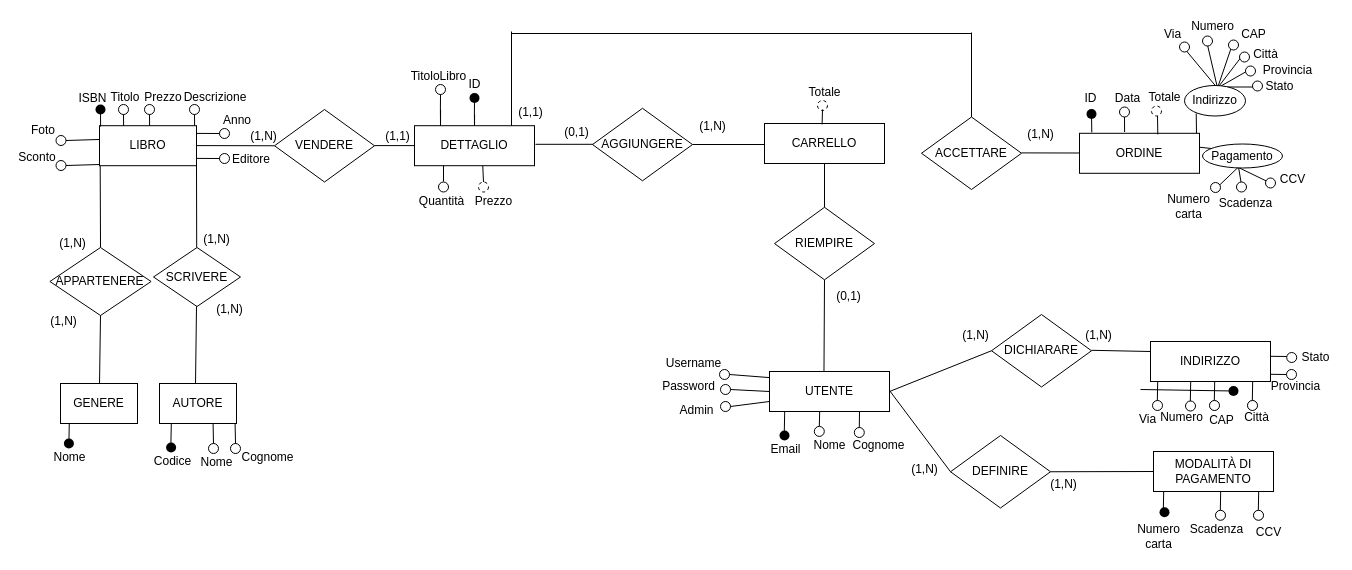
Tensa53/LibriShop keeps this draw.io diagram as db/modello.drawio. Above is the earlier version. Source tidied: cells renumbered, new cells numbered last; positions are measured from the earlier drawing's top-left corner, leaving out a move shared by most shapes. Both pictures are drawn from the tidied source at 100%, with x=0, y=0 at pixel (17, 17).
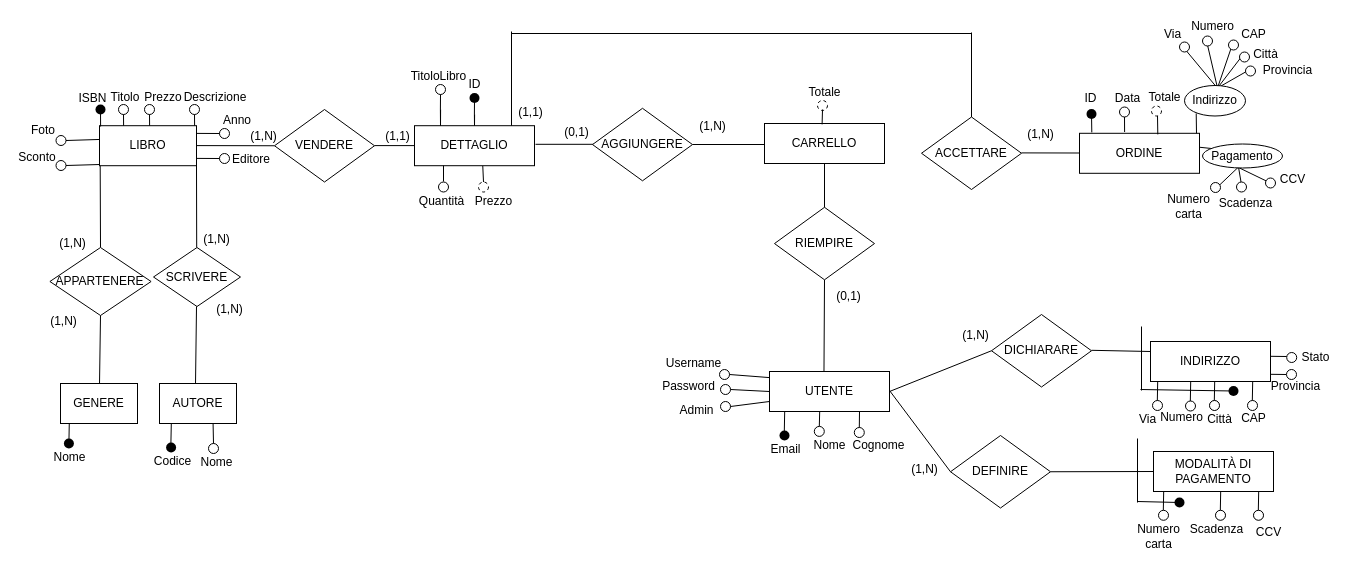
The same page after the edit.

Change to the diagram source:
```diff
@@
+    <mxCell id="198" style="endArrow=none;html=1;rounded=0;fillColor=#000000;startArrow=none;" parent="1" edge="1">
+      <mxGeometry relative="1" as="geometry">
+        <mxPoint x="1124" y="309" as="sourcePoint" />
+        <mxPoint x="1124" y="373" as="targetPoint" />
+      </mxGeometry>
+    </mxCell>
@@
-    <mxCell id="55" style="ellipse;whiteSpace=wrap;html=1;strokeWidth=1;" parent="1" vertex="1">
-      <mxGeometry x="213" y="426" width="10" height="10" as="geometry" />
-    </mxCell>
-    <mxCell id="56" style="endArrow=none;html=1;rounded=0;startArrow=none;entryX=0.696;entryY=1.005;entryDx=0;entryDy=0;entryPerimeter=0;" parent="1" edge="1">
-      <mxGeometry relative="1" as="geometry">
-        <mxPoint x="218" y="426" as="sourcePoint" />
-        <mxPoint x="217.6" y="406.2" as="targetPoint" />
-      </mxGeometry>
-    </mxCell>
@@
-    <mxCell id="58" value="Cognome" style="text;html=1;align=center;verticalAlign=middle;strokeColor=none;fillColor=none;" parent="1" vertex="1">
-      <mxGeometry x="219" y="431" width="62" height="18" as="geometry" />
-    </mxCell>
@@
     <mxCell id="90" value="Città" style="text;html=1;align=center;verticalAlign=middle;strokeColor=none;fillColor=none;" parent="1" vertex="1">
-      <mxGeometry x="1221" y="391" width="35" height="18" as="geometry" />
+      <mxGeometry x="1184" y="393" width="35" height="18" as="geometry" />
     </mxCell>
@@
-    <mxCell id="94" style="shape=waypoint;sketch=0;size=6;perimeter=centerPerimeter;strokeWidth=3;" parent="1" vertex="1">
-      <mxGeometry x="1215" y="368" width="40" height="40" as="geometry" />
-    </mxCell>
     <mxCell id="95" value="CAP" style="text;html=1;align=center;verticalAlign=middle;strokeColor=none;fillColor=none;" parent="1" vertex="1">
-      <mxGeometry x="1186" y="393.5" width="35" height="18" as="geometry" />
+      <mxGeometry x="1218" y="392" width="35" height="18" as="geometry" />
     </mxCell>
@@
-    <mxCell id="109" value="(1,N)" style="text;html=1;align=center;verticalAlign=middle;strokeColor=none;fillColor=none;" parent="1" vertex="1">
-      <mxGeometry x="1061" y="308" width="40" height="20" as="geometry" />
-    </mxCell>
@@
-    <mxCell id="122" style="shape=waypoint;sketch=0;size=6;perimeter=centerPerimeter;strokeWidth=3;fillColor=none;" parent="1" vertex="1">
-      <mxGeometry x="1127" y="474.8" width="40" height="40" as="geometry" />
-    </mxCell>
-    <mxCell id="123" value="(1,N)" style="text;html=1;align=center;verticalAlign=middle;strokeColor=none;fillColor=none;" parent="1" vertex="1">
-      <mxGeometry x="1026" y="457.2" width="40" height="20" as="geometry" />
-    </mxCell>
@@
-    <mxCell id="165" style="endArrow=none;html=1;rounded=0;fillColor=#000000;" parent="1" edge="1">
-      <mxGeometry relative="1" as="geometry">
-        <mxPoint x="1200" y="69.5" as="sourcePoint" />
-        <mxPoint x="1236" y="69.5" as="targetPoint" />
-      </mxGeometry>
-    </mxCell>
-    <mxCell id="166" style="ellipse;whiteSpace=wrap;html=1;strokeWidth=1;" parent="1" vertex="1">
-      <mxGeometry x="1235" y="63.5" width="10" height="10" as="geometry" />
-    </mxCell>
-    <mxCell id="167" value="Stato" style="text;html=1;align=center;verticalAlign=middle;strokeColor=none;fillColor=none;" parent="1" vertex="1">
-      <mxGeometry x="1242" y="59" width="39" height="19" as="geometry" />
-    </mxCell>
@@
+    <mxCell id="199" style="ellipse;whiteSpace=wrap;html=1;strokeWidth=1;fillColor=default;" parent="1" vertex="1">
+      <mxGeometry x="1141" y="492.8" width="10" height="10" as="geometry" />
+    </mxCell>
+    <mxCell id="200" style="endArrow=none;html=1;rounded=0;fillColor=#000000;startArrow=none;" parent="1" edge="1">
+      <mxGeometry relative="1" as="geometry">
+        <mxPoint x="1120" y="421" as="sourcePoint" />
+        <mxPoint x="1120" y="485" as="targetPoint" />
+      </mxGeometry>
+    </mxCell>
+    <mxCell id="201" style="shape=waypoint;sketch=0;size=6;points=[];perimeter=centerPerimeter;snapToPoint=1;strokeWidth=3;fillColor=none;" parent="1" vertex="1">
+      <mxGeometry x="1142" y="465" width="40" height="40" as="geometry" />
+    </mxCell>
+    <mxCell id="202" style="endArrow=none;html=1;rounded=0;startArrow=none;" parent="1" edge="1" target="201">
+      <mxGeometry relative="1" as="geometry">
+        <mxPoint x="1120" y="484" as="sourcePoint" />
+      </mxGeometry>
+    </mxCell>
```
